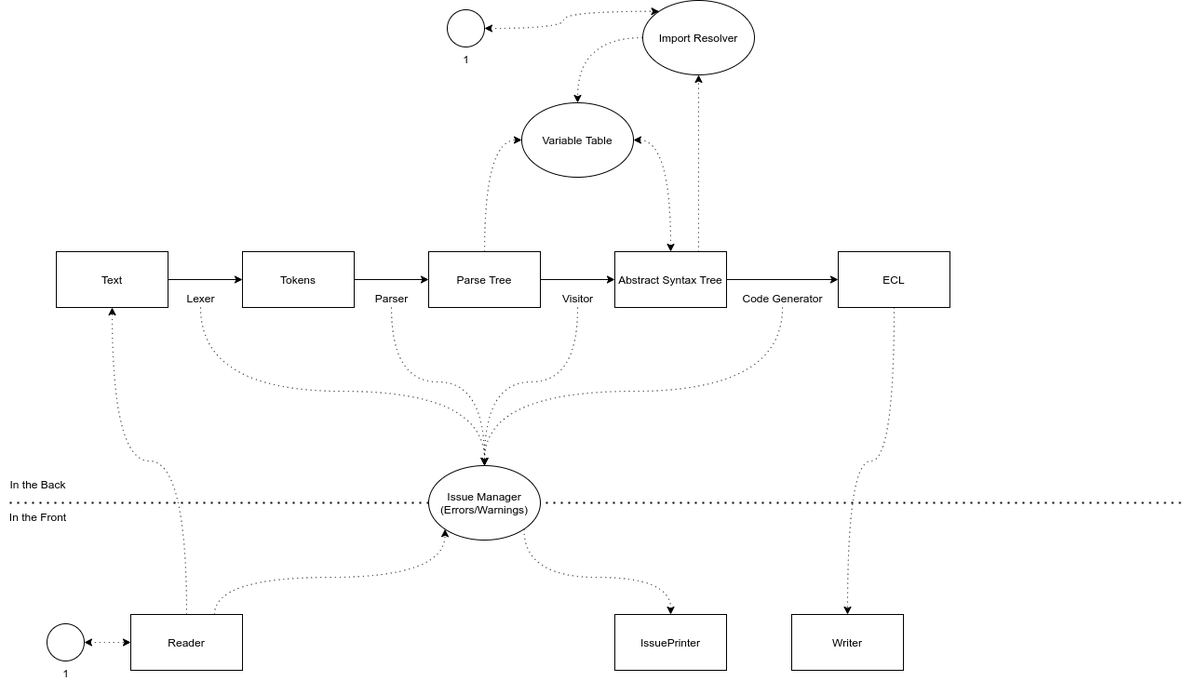
The draw.io diagram hsqlt/notes/structure.drawio.png in calbrch01/HSQL, before a commit. Source tidied: cells renumbered, new cells last; positions are measured from the earlier drawing's top-left corner, leaving out a move shared by most shapes.
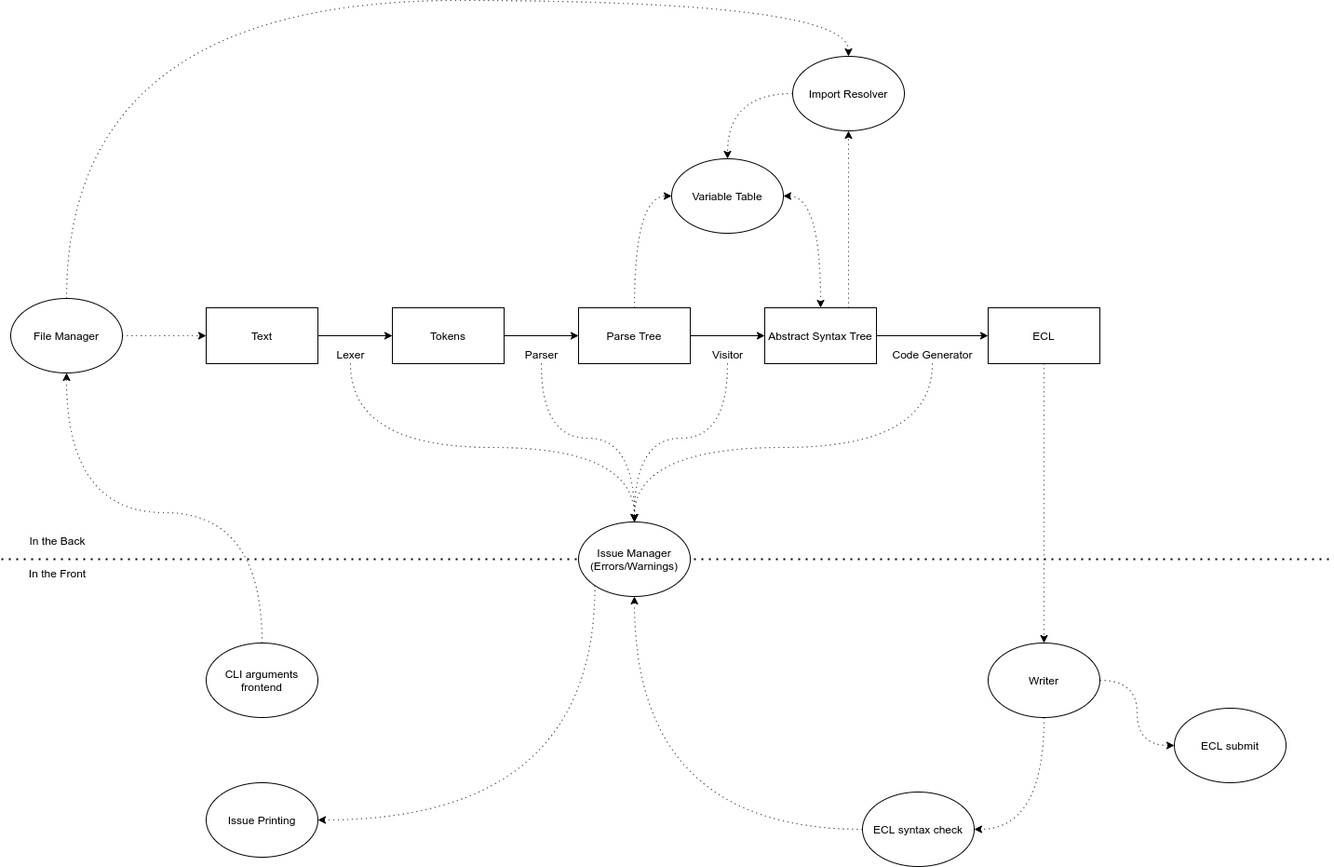
The same diagram one commit later.

What changed in the source:
```diff
@@ -4,7 +4,7 @@
     <mxCell id="1" parent="0" />
     <mxCell id="2" style="endArrow=none;dashed=1;html=1;dashPattern=1 3;strokeWidth=2;" parent="1" edge="1">
       <mxGeometry relative="1" as="geometry">
-        <mxPoint x="10" y="540" as="sourcePoint" />
+        <mxPoint x="-160" y="540" as="sourcePoint" />
         <mxPoint x="1270" y="540" as="targetPoint" />
       </mxGeometry>
     </mxCell>
@@ -38,7 +38,7 @@
     <mxCell id="12" value="Abstract Syntax Tree" style="rounded=0;whiteSpace=wrap;html=1;" parent="1" vertex="1">
       <mxGeometry x="660" y="270" width="120" height="60" as="geometry" />
     </mxCell>
-    <mxCell id="13" style="edgeStyle=orthogonalEdgeStyle;curved=1;rounded=0;jettySize=auto;html=1;exitX=0.5;exitY=1;exitDx=0;exitDy=0;entryX=0.5;entryY=0;entryDx=0;entryDy=0;dashed=1;dashPattern=1 4;startArrow=none;startFill=0;" parent="1" edge="1" source="14" target="39">
+    <mxCell id="13" style="edgeStyle=orthogonalEdgeStyle;curved=1;rounded=0;jettySize=auto;html=1;dashed=1;dashPattern=1 4;" parent="1" edge="1" source="14" target="39">
       <mxGeometry relative="1" as="geometry" />
     </mxCell>
     <mxCell id="14" value="ECL" style="rounded=0;whiteSpace=wrap;html=1;" parent="1" vertex="1">
@@ -56,14 +56,13 @@
     <mxCell id="18" value="Import Resolver" style="ellipse;whiteSpace=wrap;html=1;" parent="1" vertex="1">
       <mxGeometry x="690" width="120" height="80" as="geometry" />
     </mxCell>
-    <mxCell id="19" style="edgeStyle=orthogonalEdgeStyle;curved=1;rounded=0;jettySize=auto;html=1;exitX=1;exitY=1;exitDx=0;exitDy=0;entryX=0.5;entryY=0;entryDx=0;entryDy=0;dashed=1;dashPattern=1 4;" parent="1" edge="1" source="20" target="34">
-      <mxGeometry relative="1" as="geometry">
-        <Array as="points">
-          <mxPoint x="562" y="620" />
-          <mxPoint x="720" y="620" />
-        </Array>
-      </mxGeometry>
-    </mxCell>
+    <mxCell id="40" style="edgeStyle=orthogonalEdgeStyle;curved=1;rounded=0;jettySize=auto;html=1;exitX=0;exitY=1;exitDx=0;exitDy=0;entryX=1;entryY=0.5;entryDx=0;entryDy=0;dashed=1;dashPattern=1 4;" parent="1" edge="1" source="20" target="46">
+      <mxGeometry relative="1" as="geometry">
+        <Array as="points">
+          <mxPoint x="478" y="820" />
+        </Array>
+      </mxGeometry>
+    </mxCell>
     <mxCell id="20" value="Issue Manager&lt;br&gt;(Errors/Warnings)" style="ellipse;whiteSpace=wrap;html=1;" parent="1" vertex="1">
       <mxGeometry x="460" y="500" width="120" height="80" as="geometry" />
     </mxCell>
@@ -112,37 +111,56 @@
       </mxGeometry>
     </mxCell>
     <mxCell id="29" value="In the Back" style="text;html=1;align=center;verticalAlign=middle;" parent="1" vertex="1">
-      <mxGeometry y="510" width="80" height="20" as="geometry" />
+      <mxGeometry x="-140" y="510" width="80" height="20" as="geometry" />
     </mxCell>
     <mxCell id="30" value="In the Front" style="text;html=1;align=center;verticalAlign=middle;" parent="1" vertex="1">
-      <mxGeometry y="545" width="80" height="20" as="geometry" />
+      <mxGeometry x="-140" y="545" width="80" height="20" as="geometry" />
     </mxCell>
-    <mxCell id="31" style="edgeStyle=orthogonalEdgeStyle;rounded=0;jettySize=auto;html=1;exitX=0.5;exitY=0;exitDx=0;exitDy=0;entryX=0.5;entryY=1;entryDx=0;entryDy=0;dashed=1;dashPattern=1 4;curved=1;" parent="1" edge="1" source="33" target="4">
-      <mxGeometry relative="1" as="geometry" />
-    </mxCell>
-    <mxCell id="32" style="edgeStyle=orthogonalEdgeStyle;rounded=0;jettySize=auto;html=1;exitX=0.75;exitY=0;exitDx=0;exitDy=0;dashed=1;dashPattern=1 4;curved=1;entryX=0;entryY=1;entryDx=0;entryDy=0;" parent="1" edge="1" source="33" target="20">
-      <mxGeometry relative="1" as="geometry" />
-    </mxCell>
-    <mxCell id="33" value="Reader" style="rounded=0;whiteSpace=wrap;html=1;" parent="1" vertex="1">
-      <mxGeometry x="140" y="660" width="120" height="60" as="geometry" />
-    </mxCell>
-    <mxCell id="34" value="IssuePrinter" style="rounded=0;whiteSpace=wrap;html=1;" parent="1" vertex="1">
-      <mxGeometry x="660" y="660" width="120" height="60" as="geometry" />
-    </mxCell>
-    <mxCell id="35" style="edgeStyle=orthogonalEdgeStyle;curved=1;rounded=0;jettySize=auto;html=1;exitX=1;exitY=0.5;exitDx=0;exitDy=0;exitPerimeter=0;entryX=0;entryY=0;entryDx=0;entryDy=0;dashed=1;dashPattern=1 4;startArrow=classic;startFill=1;" parent="1" edge="1" source="36" target="18">
-      <mxGeometry relative="1" as="geometry" />
-    </mxCell>
-    <mxCell id="36" value="1" style="verticalLabelPosition=bottom;verticalAlign=top;html=1;shape=mxgraph.flowchart.on-page_reference;" parent="1" vertex="1">
-      <mxGeometry x="480" y="10" width="40" height="40" as="geometry" />
-    </mxCell>
-    <mxCell id="37" style="edgeStyle=orthogonalEdgeStyle;curved=1;rounded=0;jettySize=auto;html=1;exitX=1;exitY=0.5;exitDx=0;exitDy=0;exitPerimeter=0;entryX=0;entryY=0.5;entryDx=0;entryDy=0;dashed=1;dashPattern=1 4;startArrow=classic;startFill=1;" parent="1" edge="1" source="38" target="33">
-      <mxGeometry relative="1" as="geometry" />
-    </mxCell>
-    <mxCell id="38" value="1" style="verticalLabelPosition=bottom;verticalAlign=top;html=1;shape=mxgraph.flowchart.on-page_reference;" parent="1" vertex="1">
-      <mxGeometry x="50" y="670" width="40" height="40" as="geometry" />
-    </mxCell>
+    <mxCell id="41" style="edgeStyle=orthogonalEdgeStyle;curved=1;rounded=0;jettySize=auto;html=1;exitX=0.5;exitY=0;exitDx=0;exitDy=0;entryX=0.5;entryY=1;entryDx=0;entryDy=0;dashed=1;dashPattern=1 4;" parent="1" edge="1" source="42" target="45">
+      <mxGeometry relative="1" as="geometry">
+        <Array as="points">
+          <mxPoint x="120" y="490" />
+          <mxPoint x="-90" y="490" />
+        </Array>
+      </mxGeometry>
+    </mxCell>
+    <mxCell id="42" value="CLI arguments frontend" style="ellipse;whiteSpace=wrap;html=1;" parent="1" vertex="1">
+      <mxGeometry x="60" y="630" width="120" height="80" as="geometry" />
+    </mxCell>
+    <mxCell id="43" style="edgeStyle=orthogonalEdgeStyle;rounded=0;jettySize=auto;html=1;exitX=0.5;exitY=0;exitDx=0;exitDy=0;entryX=0.5;entryY=0;entryDx=0;entryDy=0;curved=1;dashed=1;dashPattern=1 4;" parent="1" edge="1" source="45" target="18">
+      <mxGeometry relative="1" as="geometry">
+        <Array as="points">
+          <mxPoint x="-90" y="-60" />
+          <mxPoint x="750" y="-60" />
+        </Array>
+      </mxGeometry>
+    </mxCell>
+    <mxCell id="44" style="edgeStyle=orthogonalEdgeStyle;curved=1;rounded=0;jettySize=auto;html=1;exitX=1;exitY=0.5;exitDx=0;exitDy=0;entryX=0;entryY=0.5;entryDx=0;entryDy=0;dashed=1;dashPattern=1 4;" parent="1" edge="1" source="45" target="4">
+      <mxGeometry relative="1" as="geometry" />
+    </mxCell>
+    <mxCell id="45" value="File Manager" style="ellipse;whiteSpace=wrap;html=1;" parent="1" vertex="1">
+      <mxGeometry x="-150" y="260" width="120" height="80" as="geometry" />
+    </mxCell>
+    <mxCell id="46" value="Issue Printing" style="ellipse;whiteSpace=wrap;html=1;" parent="1" vertex="1">
+      <mxGeometry x="60" y="780" width="120" height="80" as="geometry" />
+    </mxCell>
+    <mxCell id="47" style="edgeStyle=orthogonalEdgeStyle;curved=1;rounded=0;jettySize=auto;html=1;exitX=0.5;exitY=1;exitDx=0;exitDy=0;entryX=1;entryY=0.5;entryDx=0;entryDy=0;dashed=1;dashPattern=1 4;" parent="1" edge="1" source="39" target="50">
+      <mxGeometry relative="1" as="geometry" />
+    </mxCell>
+    <mxCell id="48" style="edgeStyle=orthogonalEdgeStyle;curved=1;rounded=0;jettySize=auto;html=1;exitX=1;exitY=0.5;exitDx=0;exitDy=0;entryX=0;entryY=0.5;entryDx=0;entryDy=0;dashed=1;dashPattern=1 4;" parent="1" edge="1" source="39" target="51">
+      <mxGeometry relative="1" as="geometry" />
+    </mxCell>
-    <mxCell id="39" value="Writer" style="rounded=0;whiteSpace=wrap;html=1;" parent="1" vertex="1">
-      <mxGeometry x="850" y="660" width="120" height="60" as="geometry" />
+    <mxCell id="39" value="Writer" style="ellipse;whiteSpace=wrap;html=1;rounded=0;" parent="1" vertex="1">
+      <mxGeometry x="900" y="630" width="120" height="80" as="geometry" />
     </mxCell>
+    <mxCell id="49" style="edgeStyle=orthogonalEdgeStyle;curved=1;rounded=0;jettySize=auto;html=1;exitX=0;exitY=0.5;exitDx=0;exitDy=0;entryX=0.5;entryY=1;entryDx=0;entryDy=0;dashed=1;dashPattern=1 4;" parent="1" edge="1" source="50" target="20">
+      <mxGeometry relative="1" as="geometry" />
+    </mxCell>
+    <mxCell id="50" value="ECL syntax check" style="ellipse;whiteSpace=wrap;html=1;" parent="1" vertex="1">
+      <mxGeometry x="765" y="790" width="120" height="80" as="geometry" />
+    </mxCell>
+    <mxCell id="51" value="ECL submit" style="ellipse;whiteSpace=wrap;html=1;" parent="1" vertex="1">
+      <mxGeometry x="1100" y="700" width="120" height="80" as="geometry" />
+    </mxCell>
   </root>
 </mxGraphModel>
```
